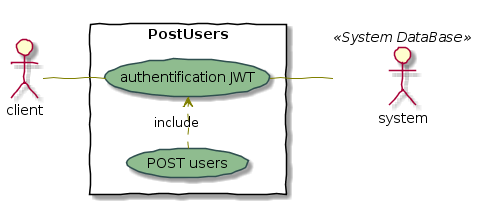
siggwer/Bilemo keeps this PlantUML diagram as docs/Uml/Diagram_use_case/Projet7_diagram_use_case_post_users.png. Above is the earlier version.
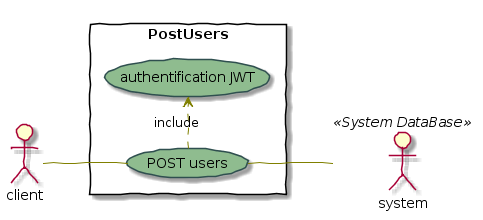
After the commit.

Commit message:
modify use case diagramm

Diff of the diagram source:
```diff
@@ -21,8 +21,8 @@
 actor client
 :system: as MySql << System DataBase >>
 rectangle PostUsers {
-  client -- (authentification JWT)
+  client -- (POST users)
   (POST users) .> (authentification JWT) : include
-  (authentification JWT)-- MySql << System DataBase >>
+  (POST users)-- MySql << System DataBase >>
 }
 @enduml
```
